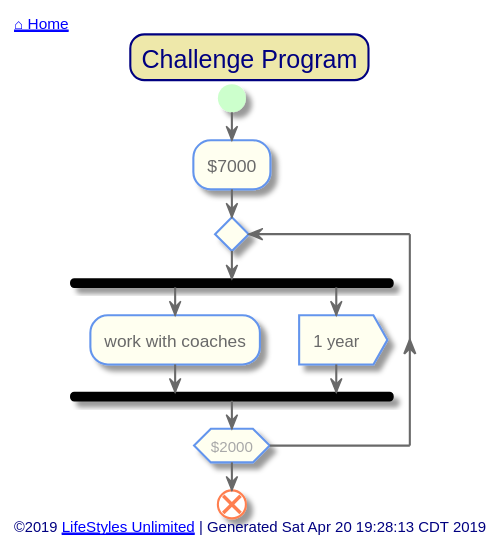
Above: out/src/single-family/challenge-program.svg in toddmo/lifestylesunlimited (PlantUML), before the change.
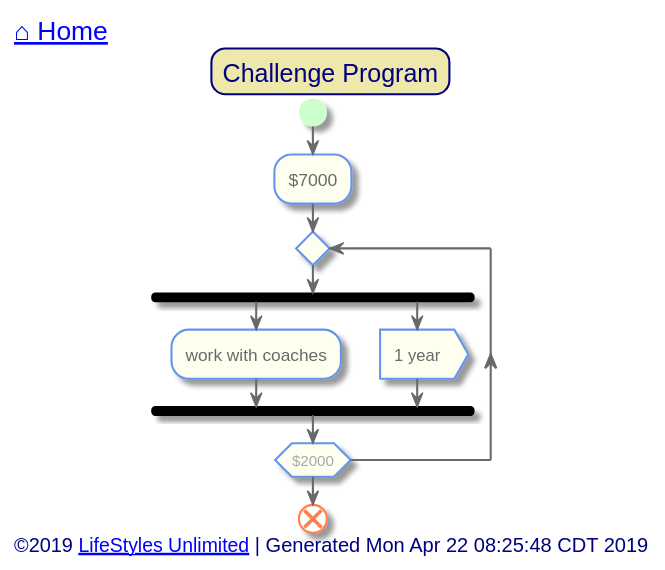
The same diagram one commit later.

The edit, as a diff of the source:
```diff
@@ -73,7 +73,7 @@
 
 
 left header
-	<font color=Navy>[[../index.svg ⌂ Home]]</font>
+	<font color=Navy size=18>[[../index.svg ⌂ Home]]</font>
 endheader
 
 
@@ -95,7 +95,7 @@
 
 
 left footer
-	©2019 [[http://www.lifestylesunlimited.com LifeStyles Unlimited]] | Generated Sat Apr 20 19:28:13 CDT 2019
+	<font size=14>©2019 [[http://www.lifestylesunlimited.com LifeStyles Unlimited]] | Generated Mon Apr 22 08:25:48 CDT 2019</font>
 endfooter
 
 
```
